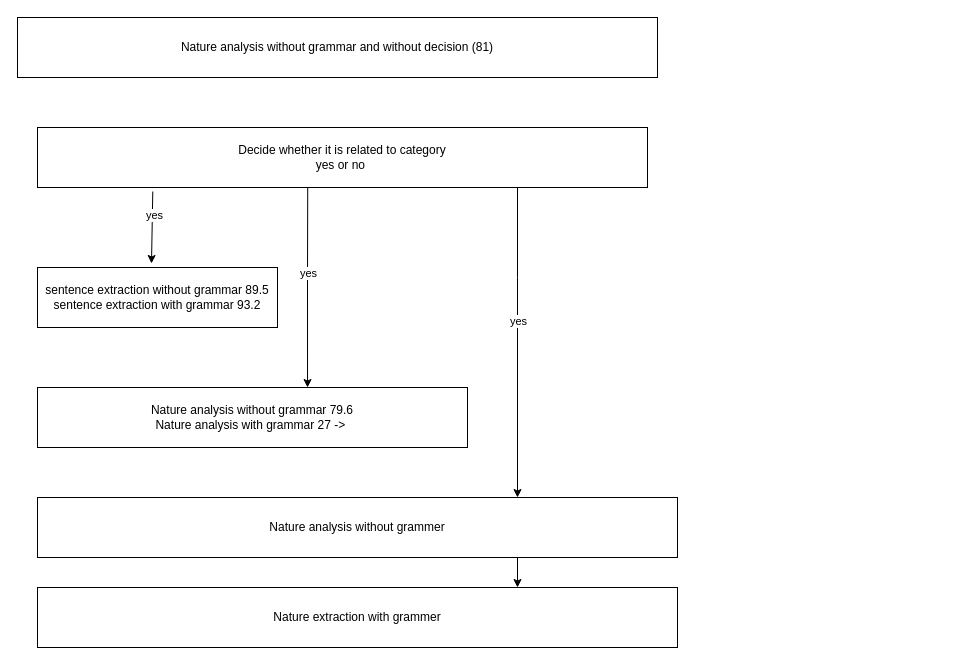
Above: blank.drawio in Dylan-CS/drawio (draw.io), before the change. Source tidied: cells renumbered, new cells numbered last; positions are measured from the earlier drawing's top-left corner, leaving out a move shared by most shapes. Both pictures are drawn from the tidied source at 100%, with x=0, y=0 at pixel (17, 17).
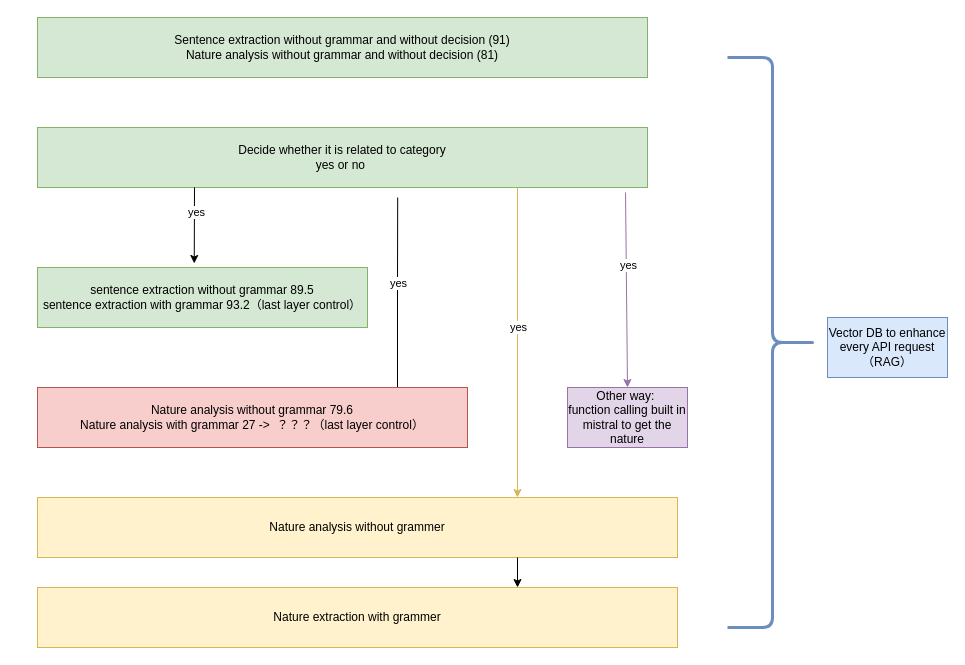
Above is the later version.

Change to the diagram source:
```diff
@@
-    <mxCell id="2" value="Decide whether it is related to category&lt;div&gt;yes or no&amp;nbsp;&lt;/div&gt;" style="rounded=0;whiteSpace=wrap;html=1;" parent="1" vertex="1">
+    <mxCell id="2" value="Decide whether it is related to category&lt;div&gt;yes or no&amp;nbsp;&lt;/div&gt;" style="rounded=0;whiteSpace=wrap;html=1;fillColor=#d5e8d4;strokeColor=#82b366;" parent="1" vertex="1">
       <mxGeometry x="20" y="110" width="610" height="60" as="geometry" />
     </mxCell>
-    <mxCell id="3" value="sentence extraction without grammar 89.5&lt;div&gt;sentence extraction with grammar&amp;nbsp;93.2&lt;br&gt;&lt;/div&gt;" style="rounded=0;whiteSpace=wrap;html=1;" parent="1" vertex="1">
-      <mxGeometry x="20" y="250" width="240" height="60" as="geometry" />
+    <mxCell id="3" value="sentence extraction without grammar 89.5&lt;div&gt;sentence extraction with grammar&amp;nbsp;93.2&lt;span style=&quot;background-color: initial;&quot;&gt;（last layer control）&lt;/span&gt;&lt;br&gt;&lt;/div&gt;" style="rounded=0;whiteSpace=wrap;html=1;fillColor=#d5e8d4;strokeColor=#82b366;" parent="1" vertex="1">
+      <mxGeometry x="20" y="250" width="330" height="60" as="geometry" />
     </mxCell>
-    <mxCell id="4" style="endArrow=classic;html=1;rounded=0;entryX=0.628;entryY=0;entryDx=0;entryDy=0;entryPerimeter=0;exitX=0.443;exitY=1;exitDx=0;exitDy=0;exitPerimeter=0;" parent="1" edge="1" source="2" target="8">
+    <mxCell id="4" style="endArrow=classic;html=1;rounded=0;entryX=0.628;entryY=0;entryDx=0;entryDy=0;entryPerimeter=0;exitX=0.443;exitY=1;exitDx=0;exitDy=0;exitPerimeter=0;" parent="1" edge="1">
       <mxGeometry relative="1" as="geometry">
+        <mxPoint x="380.2" y="180" as="sourcePoint" />
+        <mxPoint x="380" y="380" as="targetPoint" />
         <Array as="points">
-          <mxPoint x="290" y="260" />
+          <mxPoint x="380" y="270" />
         </Array>
       </mxGeometry>
     </mxCell>
@@
-    <mxCell id="6" style="endArrow=classic;html=1;rounded=0;exitX=0.189;exitY=1.067;exitDx=0;exitDy=0;exitPerimeter=0;entryX=0.475;entryY=-0.067;entryDx=0;entryDy=0;entryPerimeter=0;" parent="1" edge="1" source="2" target="3">
-      <mxGeometry relative="1" as="geometry" />
+    <mxCell id="6" style="endArrow=classic;html=1;rounded=0;entryX=0.475;entryY=-0.067;entryDx=0;entryDy=0;entryPerimeter=0;" parent="1" edge="1" target="3">
+      <mxGeometry relative="1" as="geometry">
+        <mxPoint x="177" y="170" as="sourcePoint" />
+      </mxGeometry>
     </mxCell>
@@
-    <mxCell id="8" value="Nature analysis without grammar 79.6&lt;br&gt;Nature analysis with grammar 27 -&amp;gt;&amp;nbsp;" style="rounded=0;whiteSpace=wrap;html=1;" parent="1" vertex="1">
+    <mxCell id="8" value="Nature analysis without grammar 79.6&lt;br&gt;Nature analysis with grammar 27 -&amp;gt;&amp;nbsp; ？？？（last layer control）" style="rounded=0;whiteSpace=wrap;html=1;fillColor=#f8cecc;strokeColor=#b85450;" parent="1" vertex="1">
       <mxGeometry x="20" y="370" width="430" height="60" as="geometry" />
     </mxCell>
-    <mxCell id="9" value="Nature analysis without grammar and without decision (81)" style="rounded=0;whiteSpace=wrap;html=1;" parent="1" vertex="1">
-      <mxGeometry width="640" height="60" as="geometry" />
+    <mxCell id="9" value="Sentence extraction without grammar and without decision (91)&lt;br&gt;Nature analysis without grammar and without decision (81)" style="rounded=0;whiteSpace=wrap;html=1;fillColor=#d5e8d4;strokeColor=#82b366;" parent="1" vertex="1">
+      <mxGeometry x="20" width="610" height="60" as="geometry" />
     </mxCell>
-    <mxCell id="10" style="endArrow=classic;html=1;rounded=0;exitX=0.443;exitY=1;exitDx=0;exitDy=0;exitPerimeter=0;" parent="1" edge="1">
+    <mxCell id="10" style="endArrow=classic;html=1;rounded=0;exitX=0.443;exitY=1;exitDx=0;exitDy=0;exitPerimeter=0;fillColor=#fff2cc;strokeColor=#d6b656;" parent="1" edge="1">
       <mxGeometry relative="1" as="geometry">
         <mxPoint x="500" y="170" as="sourcePoint" />
         <mxPoint x="500" y="480" as="targetPoint" />
         <Array as="points">
           <mxPoint x="500" y="260" />
         </Array>
       </mxGeometry>
     </mxCell>
     <mxCell id="11" value="yes" style="edgeLabel;html=1;align=center;verticalAlign=middle;" parent="10" vertex="1">
-      <mxGeometry x="-0.14" relative="1" as="geometry" />
+      <mxGeometry x="-0.14" relative="1" as="geometry">
+        <mxPoint y="6" as="offset" />
+      </mxGeometry>
     </mxCell>
-    <mxCell id="12" value="Nature analysis without grammer" style="rounded=0;whiteSpace=wrap;html=1;" parent="1" vertex="1">
+    <mxCell id="12" value="Nature analysis without grammer" style="rounded=0;whiteSpace=wrap;html=1;fillColor=#fff2cc;strokeColor=#d6b656;" parent="1" vertex="1">
       <mxGeometry x="20" y="480" width="640" height="60" as="geometry" />
     </mxCell>
-    <mxCell id="13" value="Nature extraction with grammer" style="rounded=0;whiteSpace=wrap;html=1;" parent="1" vertex="1">
+    <mxCell id="13" value="Nature extraction with grammer" style="rounded=0;whiteSpace=wrap;html=1;fillColor=#fff2cc;strokeColor=#d6b656;" parent="1" vertex="1">
       <mxGeometry x="20" y="570" width="640" height="60" as="geometry" />
     </mxCell>
@@
+    <mxCell id="15" value="Other way:&amp;nbsp;&lt;br&gt;function calling built in mistral to get the nature" style="whiteSpace=wrap;html=1;fillColor=#e1d5e7;strokeColor=#9673a6;" parent="1" vertex="1">
+      <mxGeometry x="550" y="370" width="120" height="60" as="geometry" />
+    </mxCell>
+    <mxCell id="16" style="endArrow=classic;html=1;rounded=0;exitX=0.964;exitY=1.083;exitDx=0;exitDy=0;exitPerimeter=0;entryX=0.5;entryY=0;entryDx=0;entryDy=0;fillColor=#e1d5e7;strokeColor=#9673a6;" parent="1" edge="1" source="2" target="15">
+      <mxGeometry relative="1" as="geometry" />
+    </mxCell>
+    <mxCell id="17" value="yes" style="edgeLabel;html=1;align=center;verticalAlign=middle;" parent="16" vertex="1">
+      <mxGeometry x="-0.25" y="2" relative="1" as="geometry" />
+    </mxCell>
+    <mxCell id="18" value="Vector DB to enhance every API request&lt;br&gt;（RAG）" style="rounded=0;whiteSpace=wrap;html=1;fillColor=#dae8fc;strokeColor=#6c8ebf;" parent="1" vertex="1">
+      <mxGeometry x="810" y="300" width="120" height="60" as="geometry" />
+    </mxCell>
+    <mxCell id="19" style="shape=curlyBracket;whiteSpace=wrap;html=1;rounded=1;flipH=1;labelPosition=right;verticalLabelPosition=middle;align=left;verticalAlign=middle;fillColor=#dae8fc;strokeColor=#6c8ebf;strokeWidth=3;" parent="1" vertex="1">
+      <mxGeometry x="710" y="40" width="90" height="570" as="geometry" />
+    </mxCell>
```
